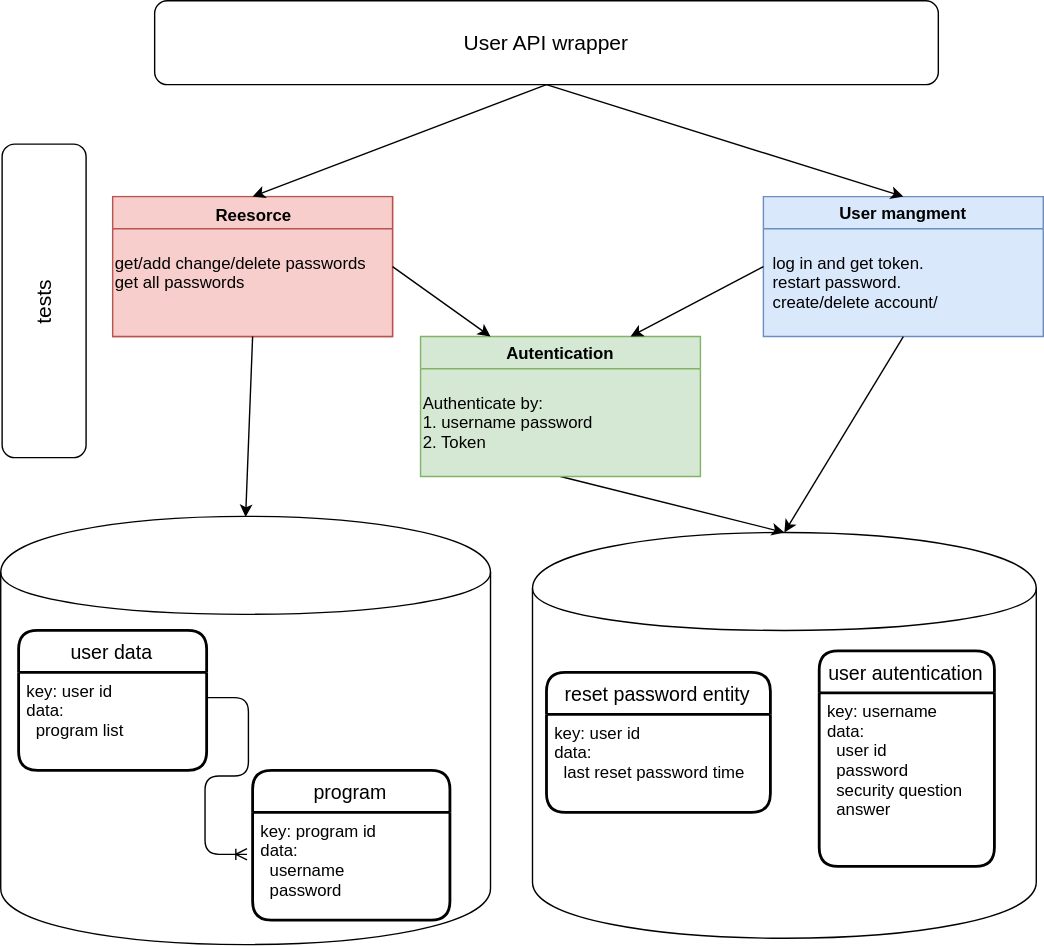
Before: Documents/server scema.svg, a diagram exported from draw.io (adibl/password_saver). Source tidied: cells renumbered, new cells last; positions are measured from the earlier drawing's top-left corner, leaving out a move shared by most shapes. The source it was exported from:
```xml
<mxGraphModel>
  <root>
    <mxCell id="0" />
    <mxCell id="1" parent="0" />
    <mxCell id="2" value="User API wrapper" style="rounded=1;fontSize=15;" parent="1" vertex="1">
      <mxGeometry x="191" width="560" height="60" as="geometry" />
    </mxCell>
    <mxCell id="3" style="group;fillColor=#f8cecc;strokeColor=#b85450;" parent="1" vertex="1">
      <mxGeometry x="161" y="140" width="200" height="100" as="geometry" />
    </mxCell>
    <mxCell id="4" value="Reesorce" style="swimlane;startSize=23;whiteSpace=wrap;html=1;swimlaneFillColor=#F8CECC;fillColor=#F8CECC;strokeColor=#b85450;" parent="3" vertex="1">
      <mxGeometry width="200" height="100" as="geometry" />
    </mxCell>
    <mxCell id="5" value="get/add change/delete passwords&#10;get all passwords&#10;" style="text;align=left;verticalAlign=top;spacingTop=-4;" parent="4" vertex="1">
      <mxGeometry y="38" width="190" height="30" as="geometry" />
    </mxCell>
    <mxCell id="6" value="User mangment" style="swimlane;startSize=23;fillColor=#DAE8FC;strokeColor=#6c8ebf;swimlaneFillColor=#DAE8FC;" parent="1" vertex="1">
      <mxGeometry x="626" y="140" width="200" height="100" as="geometry" />
    </mxCell>
    <mxCell id="7" value="log in and get token.&#10;restart password.&#10;create/delete account/&#10;" style="text;align=left;verticalAlign=top;spacingTop=-4;" parent="6" vertex="1">
      <mxGeometry x="5" y="38" width="130" height="40" as="geometry" />
    </mxCell>
    <mxCell id="8" style="endArrow=classic;html=1;exitX=0.5;exitY=1;exitDx=0;exitDy=0;entryX=0.5;entryY=0;entryDx=0;entryDy=0;" parent="1" edge="1" source="4" target="21">
      <mxGeometry relative="1" as="geometry" />
    </mxCell>
    <mxCell id="9" style="endArrow=classic;html=1;exitX=0.5;exitY=1;exitDx=0;exitDy=0;entryX=0.5;entryY=0;entryDx=0;entryDy=0;" parent="1" edge="1" source="2" target="6">
      <mxGeometry relative="1" as="geometry" />
    </mxCell>
    <mxCell id="10" style="endArrow=classic;html=1;exitX=0.5;exitY=1;exitDx=0;exitDy=0;entryX=0.5;entryY=0;entryDx=0;entryDy=0;" parent="1" edge="1" source="2" target="4">
      <mxGeometry relative="1" as="geometry" />
    </mxCell>
    <mxCell id="11" style="shape=cylinder;whiteSpace=wrap;html=1;boundedLbl=1;backgroundOutline=1;" parent="1" vertex="1">
      <mxGeometry x="461" y="380" width="360" height="290" as="geometry" />
    </mxCell>
    <mxCell id="12" style="endArrow=classic;html=1;exitX=0.5;exitY=1;exitDx=0;exitDy=0;entryX=0.5;entryY=0;entryDx=0;entryDy=0;" parent="1" edge="1" source="13" target="11">
      <mxGeometry relative="1" as="geometry" />
    </mxCell>
    <mxCell id="13" value="Autentication" style="swimlane;startSize=23;fillColor=#D5E8D4;strokeColor=#82b366;swimlaneFillColor=#D5E8D4;" parent="1" vertex="1">
      <mxGeometry x="381" y="240" width="200" height="100" as="geometry" />
    </mxCell>
    <mxCell id="14" value="Authenticate by:&#10;1. username password&#10;2. Token&#10;" style="text;align=left;verticalAlign=top;spacingTop=-4;" parent="13" vertex="1">
      <mxGeometry y="38" width="140" height="40" as="geometry" />
    </mxCell>
    <mxCell id="15" value="tests" style="rounded=1;rotation=-90;fontSize=15;" parent="1" vertex="1">
      <mxGeometry y="184.5" width="224" height="60" as="geometry" />
    </mxCell>
    <mxCell id="16" style="endArrow=classic;html=1;exitX=0.5;exitY=1;exitDx=0;exitDy=0;entryX=0.5;entryY=0;entryDx=0;entryDy=0;" parent="1" edge="1" source="6" target="11">
      <mxGeometry relative="1" as="geometry" />
    </mxCell>
    <mxCell id="17" value="reset password entity" style="swimlane;horizontal=1;startSize=30;fillColor=none;fontColor=#000000;rounded=1;fontSize=14;fontStyle=0;strokeWidth=2;shadow=0;dashed=0;align=center;" parent="1" vertex="1">
      <mxGeometry x="471" y="480" width="160" height="100" as="geometry" />
    </mxCell>
    <mxCell id="18" value="key: user id&#10;data:&#10;  last reset password time&#10;" style="align=left;strokeColor=none;fillColor=none;spacingLeft=4;fontSize=12;verticalAlign=top;" parent="17" vertex="1">
      <mxGeometry y="30" width="160" height="70" as="geometry" />
    </mxCell>
    <mxCell id="19" style="endArrow=classic;html=1;exitX=1;exitY=0.5;exitDx=0;exitDy=0;entryX=0.25;entryY=0;entryDx=0;entryDy=0;" parent="1" edge="1" source="4" target="13">
      <mxGeometry relative="1" as="geometry" />
    </mxCell>
    <mxCell id="20" style="endArrow=classic;html=1;exitX=0;exitY=0.5;exitDx=0;exitDy=0;entryX=0.75;entryY=0;entryDx=0;entryDy=0;" parent="1" edge="1" source="6" target="13">
      <mxGeometry relative="1" as="geometry" />
    </mxCell>
    <mxCell id="21" style="shape=cylinder;whiteSpace=wrap;html=1;boundedLbl=1;backgroundOutline=1;" parent="1" vertex="1">
      <mxGeometry x="81" y="368.5" width="350" height="306" as="geometry" />
    </mxCell>
    <mxCell id="22" style="edgeStyle=entityRelationEdgeStyle;fontSize=12;html=1;endArrow=ERoneToMany;exitX=1;exitY=0.25;exitDx=0;exitDy=0;entryX=-0.029;entryY=0.389;entryDx=0;entryDy=0;entryPerimeter=0;" parent="1" edge="1" source="24" target="26">
      <mxGeometry relative="1" as="geometry" />
    </mxCell>
    <mxCell id="23" value="user data" style="swimlane;horizontal=1;startSize=30;fillColor=none;fontColor=#000000;rounded=1;fontSize=14;fontStyle=0;strokeWidth=2;shadow=0;dashed=0;align=center;" parent="1" vertex="1">
      <mxGeometry x="93.8" y="450" width="134.4" height="100.1" as="geometry" />
    </mxCell>
    <mxCell id="24" value="key: user id&#10;data:&#10;  program list&#10;" style="align=left;strokeColor=none;fillColor=none;spacingLeft=4;fontSize=12;verticalAlign=top;" parent="23" vertex="1">
      <mxGeometry y="30" width="134.4" height="70.1" as="geometry" />
    </mxCell>
    <mxCell id="25" value="program" style="swimlane;horizontal=1;startSize=30;fillColor=none;fontColor=#000000;rounded=1;fontSize=14;fontStyle=0;strokeWidth=2;shadow=0;dashed=0;align=center;" parent="1" vertex="1">
      <mxGeometry x="261" y="550" width="141" height="107" as="geometry" />
    </mxCell>
    <mxCell id="26" value="key: program id&#10;data: &#10;  username&#10;  password&#10;" style="align=left;strokeColor=none;fillColor=none;spacingLeft=4;fontSize=12;verticalAlign=top;" parent="25" vertex="1">
      <mxGeometry y="30" width="141" height="77" as="geometry" />
    </mxCell>
    <mxCell id="27" value="user autentication" style="swimlane;horizontal=1;startSize=30;fillColor=none;fontColor=#000000;rounded=1;fontSize=14;fontStyle=0;strokeWidth=2;shadow=0;dashed=0;align=center;" parent="1" vertex="1">
      <mxGeometry x="665.9" y="464.6" width="125.2" height="153.9" as="geometry" />
    </mxCell>
    <mxCell id="28" value="key: username&#10;data: &#10;  user id&#10;  password&#10;  security question&#10;  answer&#10;" style="align=left;strokeColor=none;fillColor=none;spacingLeft=4;fontSize=12;verticalAlign=top;" parent="27" vertex="1">
      <mxGeometry y="30" width="125.2" height="123.9" as="geometry" />
    </mxCell>
  </root>
</mxGraphModel>
```
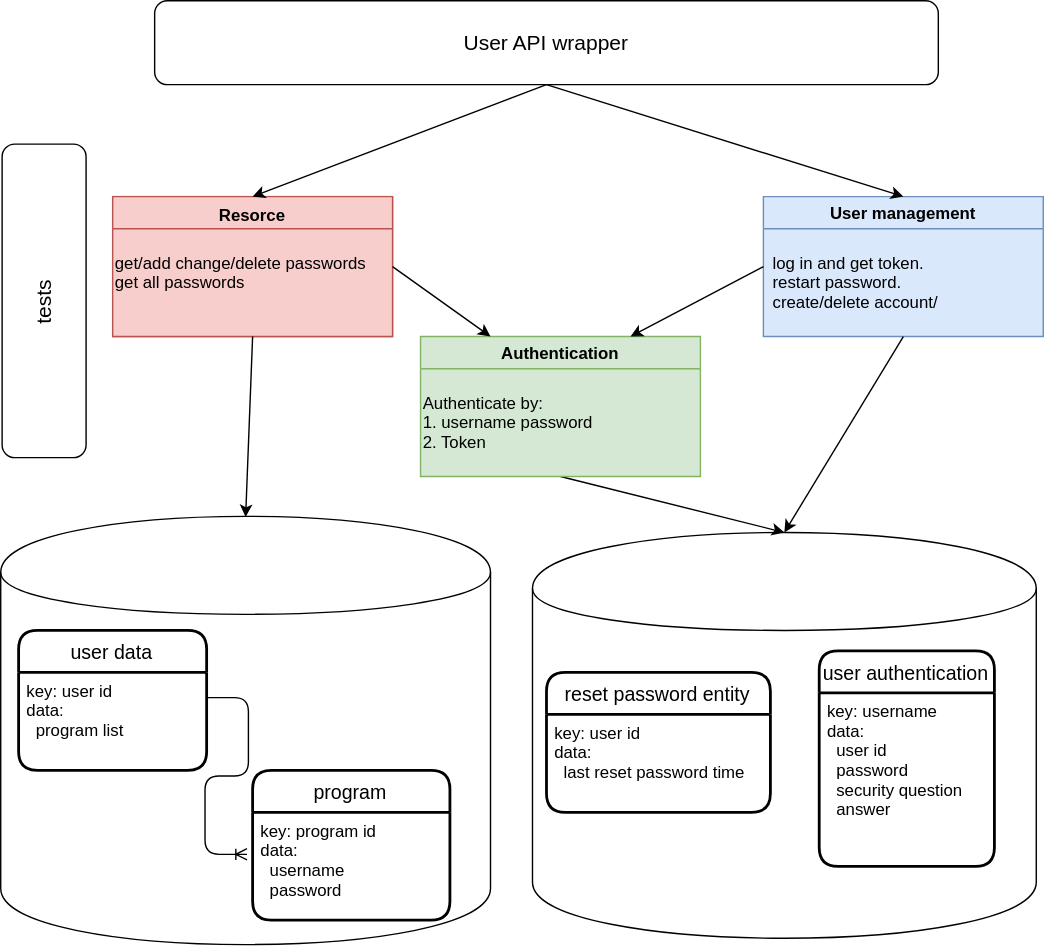
After the commit.

Diff of the diagram source:
```diff
@@ -8,13 +8,13 @@
     <mxCell id="3" style="group;fillColor=#f8cecc;strokeColor=#b85450;" parent="1" vertex="1">
       <mxGeometry x="161" y="140" width="200" height="100" as="geometry" />
     </mxCell>
-    <mxCell id="4" value="Reesorce" style="swimlane;startSize=23;whiteSpace=wrap;html=1;swimlaneFillColor=#F8CECC;fillColor=#F8CECC;strokeColor=#b85450;" parent="3" vertex="1">
+    <mxCell id="4" value="Resorce" style="swimlane;startSize=23;whiteSpace=wrap;html=1;swimlaneFillColor=#F8CECC;fillColor=#F8CECC;strokeColor=#b85450;" parent="3" vertex="1">
       <mxGeometry width="200" height="100" as="geometry" />
     </mxCell>
     <mxCell id="5" value="get/add change/delete passwords&#10;get all passwords&#10;" style="text;align=left;verticalAlign=top;spacingTop=-4;" parent="4" vertex="1">
       <mxGeometry y="38" width="190" height="30" as="geometry" />
     </mxCell>
-    <mxCell id="6" value="User mangment" style="swimlane;startSize=23;fillColor=#DAE8FC;strokeColor=#6c8ebf;swimlaneFillColor=#DAE8FC;" parent="1" vertex="1">
+    <mxCell id="6" value="User management" style="swimlane;startSize=23;fillColor=#DAE8FC;strokeColor=#6c8ebf;swimlaneFillColor=#DAE8FC;" parent="1" vertex="1">
       <mxGeometry x="626" y="140" width="200" height="100" as="geometry" />
     </mxCell>
     <mxCell id="7" value="log in and get token.&#10;restart password.&#10;create/delete account/&#10;" style="text;align=left;verticalAlign=top;spacingTop=-4;" parent="6" vertex="1">
@@ -35,7 +35,7 @@
     <mxCell id="12" style="endArrow=classic;html=1;exitX=0.5;exitY=1;exitDx=0;exitDy=0;entryX=0.5;entryY=0;entryDx=0;entryDy=0;" parent="1" edge="1" source="13" target="11">
       <mxGeometry relative="1" as="geometry" />
     </mxCell>
-    <mxCell id="13" value="Autentication" style="swimlane;startSize=23;fillColor=#D5E8D4;strokeColor=#82b366;swimlaneFillColor=#D5E8D4;" parent="1" vertex="1">
+    <mxCell id="13" value="Authentication" style="swimlane;startSize=23;fillColor=#D5E8D4;strokeColor=#82b366;swimlaneFillColor=#D5E8D4;" parent="1" vertex="1">
       <mxGeometry x="381" y="240" width="200" height="100" as="geometry" />
     </mxCell>
     <mxCell id="14" value="Authenticate by:&#10;1. username password&#10;2. Token&#10;" style="text;align=left;verticalAlign=top;spacingTop=-4;" parent="13" vertex="1">
@@ -77,7 +77,7 @@
     <mxCell id="26" value="key: program id&#10;data: &#10;  username&#10;  password&#10;" style="align=left;strokeColor=none;fillColor=none;spacingLeft=4;fontSize=12;verticalAlign=top;" parent="25" vertex="1">
       <mxGeometry y="30" width="141" height="77" as="geometry" />
     </mxCell>
-    <mxCell id="27" value="user autentication" style="swimlane;horizontal=1;startSize=30;fillColor=none;fontColor=#000000;rounded=1;fontSize=14;fontStyle=0;strokeWidth=2;shadow=0;dashed=0;align=center;" parent="1" vertex="1">
+    <mxCell id="27" value="user authentication" style="swimlane;horizontal=1;startSize=30;fillColor=none;fontColor=#000000;rounded=1;fontSize=14;fontStyle=0;strokeWidth=2;shadow=0;dashed=0;align=center;" parent="1" vertex="1">
       <mxGeometry x="665.9" y="464.6" width="125.2" height="153.9" as="geometry" />
     </mxCell>
     <mxCell id="28" value="key: username&#10;data: &#10;  user id&#10;  password&#10;  security question&#10;  answer&#10;" style="align=left;strokeColor=none;fillColor=none;spacingLeft=4;fontSize=12;verticalAlign=top;" parent="27" vertex="1">
```
